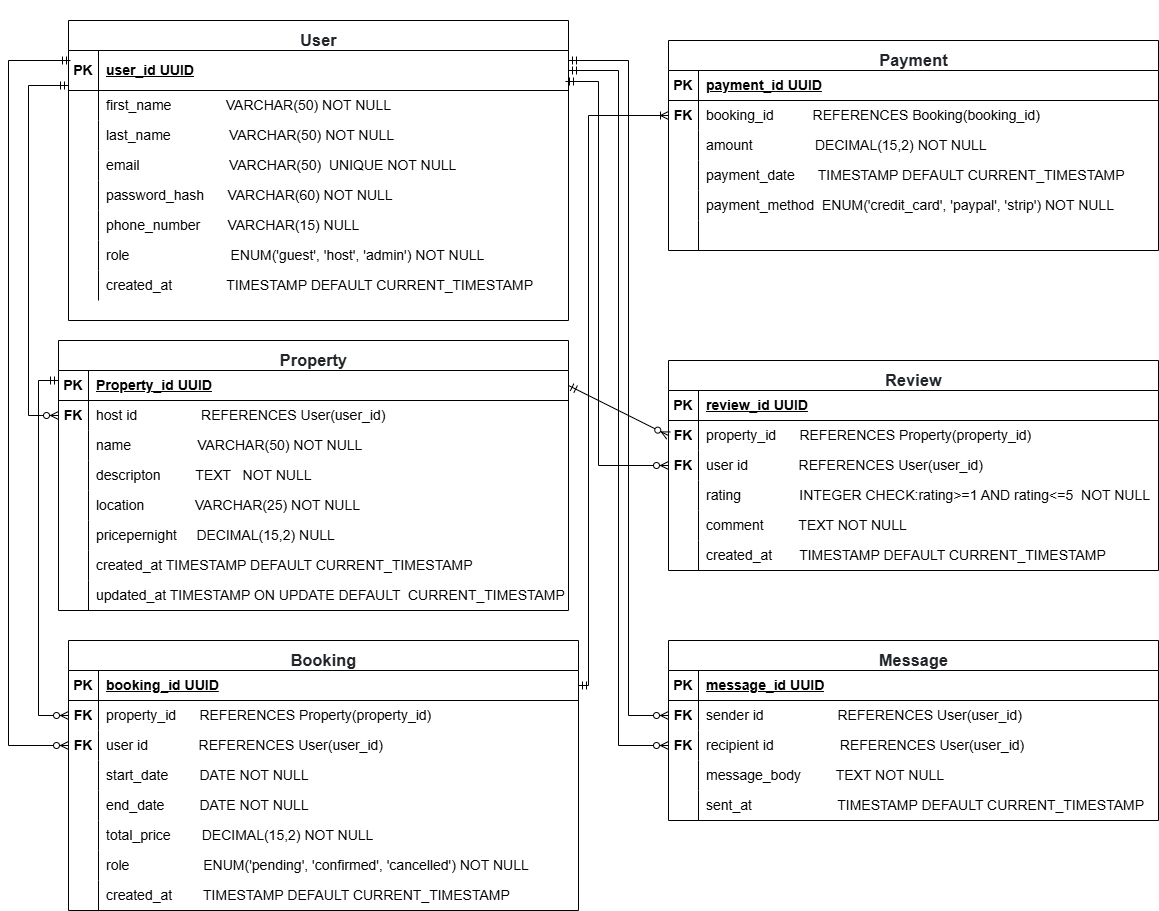
Earlier version of the draw.io export ERD/AirBnb_ER_Diagram.drawio.png (sewalewsetotaw/alx-airbnb-database). Source tidied: cells renumbered, new cells last; positions are measured from the earlier drawing's top-left corner, leaving out a move shared by most shapes.
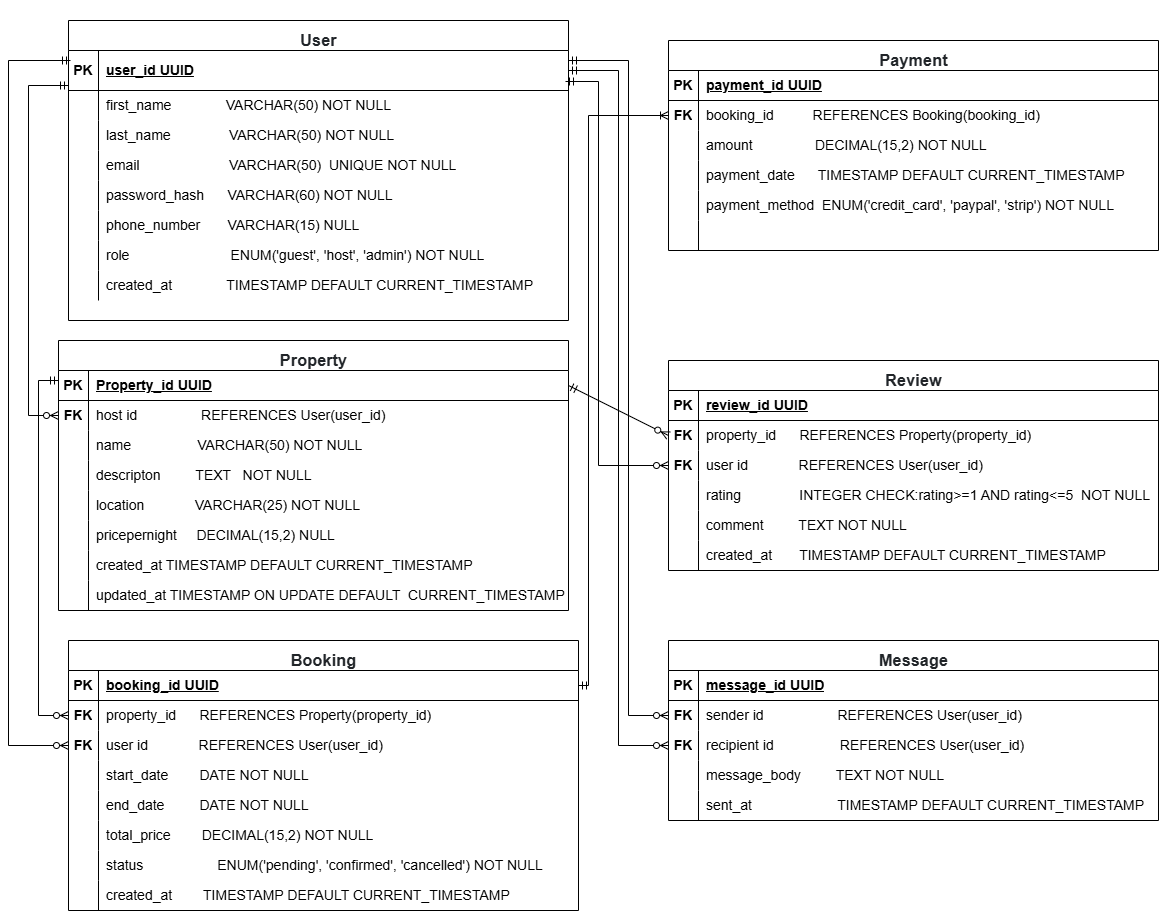
The same file after the commit.

Commit message:
apply database normalization

Change to the diagram source:
```diff
@@ -272,7 +272,7 @@
     <mxCell id="91" style="shape=partialRectangle;fillColor=none;top=0;left=0;bottom=0;right=0;overflow=hidden;whiteSpace=wrap;html=1;fontSize=14;" parent="90" vertex="1">
       <mxGeometry width="30" height="30" as="geometry" />
     </mxCell>
-    <mxCell id="92" value="role&amp;nbsp; &amp;nbsp; &amp;nbsp; &amp;nbsp; &amp;nbsp; &amp;nbsp; &amp;nbsp; &amp;nbsp; &amp;nbsp; &amp;nbsp;ENUM('pending', 'confirmed', 'cancelled') NOT NULL" style="shape=partialRectangle;fillColor=none;top=0;left=0;bottom=0;right=0;align=left;spacingLeft=6;overflow=hidden;whiteSpace=wrap;html=1;fontSize=14;" parent="90" vertex="1">
+    <mxCell id="92" value="status&amp;nbsp; &amp;nbsp; &amp;nbsp; &amp;nbsp; &amp;nbsp; &amp;nbsp; &amp;nbsp; &amp;nbsp; &amp;nbsp; &amp;nbsp;ENUM('pending', 'confirmed', 'cancelled') NOT NULL" style="shape=partialRectangle;fillColor=none;top=0;left=0;bottom=0;right=0;align=left;spacingLeft=6;overflow=hidden;whiteSpace=wrap;html=1;fontSize=14;" parent="90" vertex="1">
       <mxGeometry x="30" width="480" height="30" as="geometry" />
     </mxCell>
     <mxCell id="93" style="shape=tableRow;horizontal=0;startSize=0;swimlaneHead=0;swimlaneBody=0;fillColor=none;top=0;left=0;right=0;bottom=0;fontSize=14;" parent="71" vertex="1">
```
